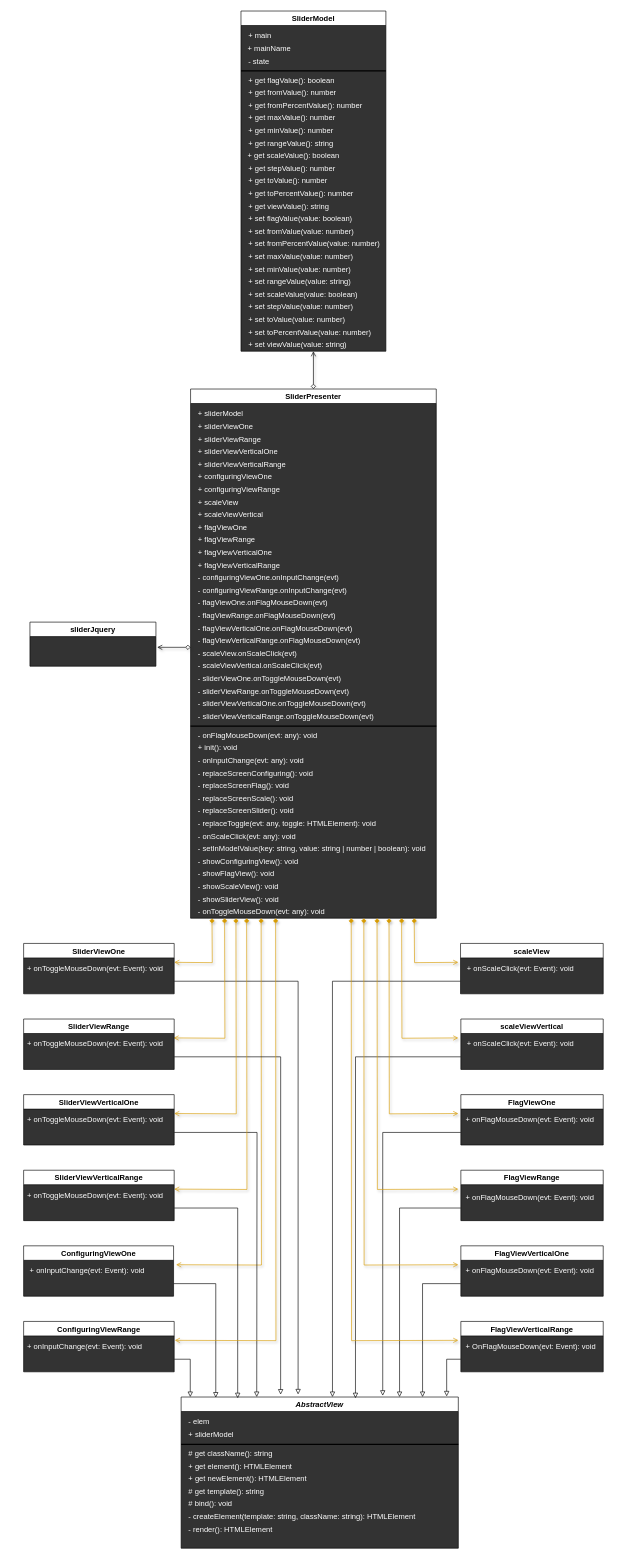
The draw.io diagram UML.drawio in webproject67/Slider, before the edit. Source tidied: cells renumbered, new cells numbered last; positions are measured from the earlier drawing's top-left corner, leaving out a move shared by most shapes. Both pictures are drawn from the tidied source at 63%, with x=0, y=0 at pixel (23, 11).
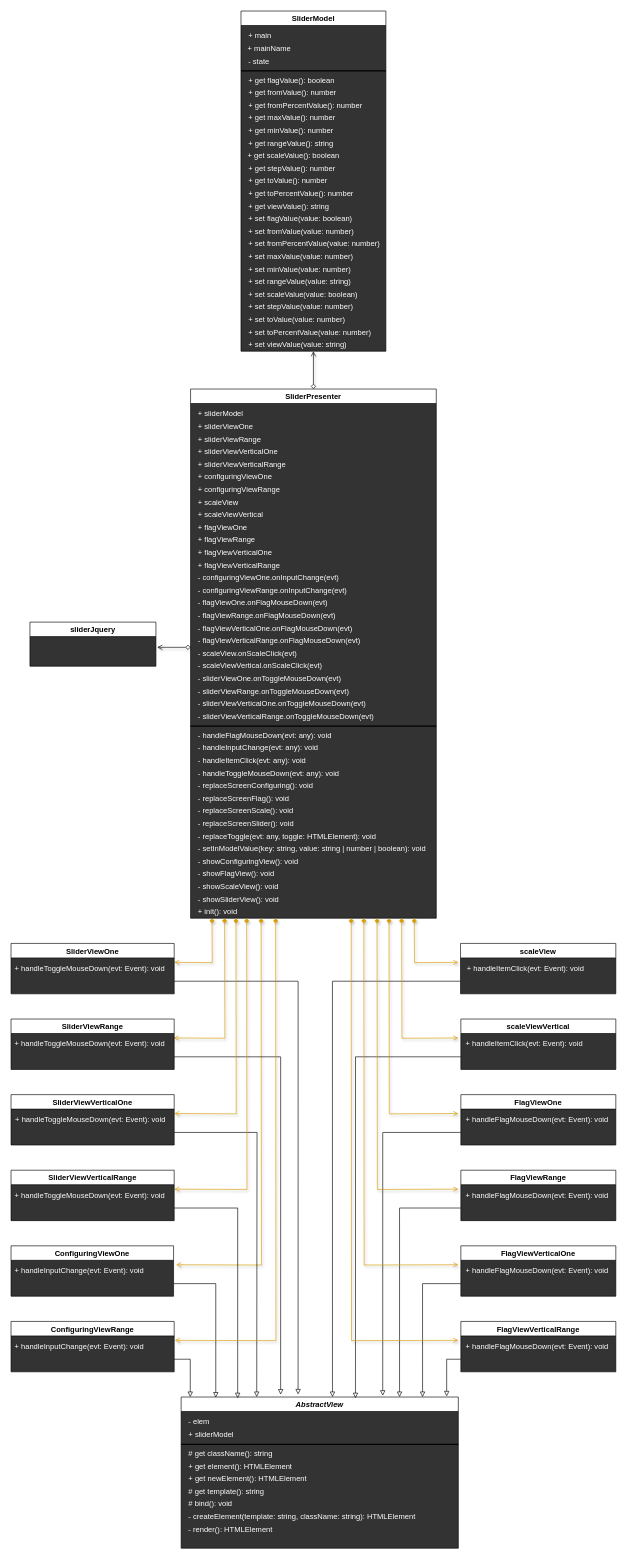
The same page after the edit.

The change refers to these unchanged cells:
```xml
<mxCell id="46" value="SliderPresenter" style="swimlane;swimlaneFillColor=#333333;" parent="1" vertex="1">
  <mxGeometry x="265" y="600" width="390" height="840" as="geometry" />
</mxCell>
```

The edit, as a diff of the source:
```diff
@@
     <mxCell id="43" value="SliderViewOne" style="swimlane;swimlaneFillColor=#333333;" parent="1" vertex="1">
-      <mxGeometry y="1480" width="239" height="80" as="geometry" />
+      <mxGeometry x="-20" y="1480" width="259" height="80" as="geometry" />
     </mxCell>
@@
-    <mxCell id="45" value="&lt;div style=&quot;line-height: 19px&quot;&gt;&lt;font style=&quot;font-size: 12px&quot; color=&quot;#ffffff&quot;&gt;+ onToggleMouseDown(evt: Event): void&lt;/font&gt;&lt;/div&gt;" style="text;html=1;align=left;verticalAlign=middle;" parent="43" vertex="1">
-      <mxGeometry x="4" y="30" width="230" height="20" as="geometry" />
-    </mxCell>
+    <mxCell id="147" value="&lt;div style=&quot;line-height: 19px&quot;&gt;&lt;font style=&quot;font-size: 12px&quot; color=&quot;#ffffff&quot;&gt;+ handleToggleMouseDown(evt: Event): void&lt;/font&gt;&lt;/div&gt;" style="text;html=1;align=left;verticalAlign=middle;" parent="43" vertex="1">
+      <mxGeometry x="4" y="30" width="250" height="20" as="geometry" />
+    </mxCell>
@@
-    <mxCell id="71" value="&lt;div style=&quot;line-height: 19px&quot;&gt;&lt;font style=&quot;font-size: 12px&quot; color=&quot;#ffffff&quot;&gt;- onInputChange(evt: any): void&lt;/font&gt;&lt;/div&gt;" style="text;html=1;align=left;verticalAlign=middle;" parent="46" vertex="1">
-      <mxGeometry x="10" y="580" width="180" height="20" as="geometry" />
-    </mxCell>
@@
     <mxCell id="78" value="&lt;div style=&quot;line-height: 19px&quot;&gt;&lt;font style=&quot;font-size: 12px&quot; color=&quot;#ffffff&quot;&gt;- replaceScreenConfiguring(): void&lt;/font&gt;&lt;/div&gt;" style="text;html=1;align=left;verticalAlign=middle;" parent="46" vertex="1">
-      <mxGeometry x="10" y="600" width="200" height="20" as="geometry" />
+      <mxGeometry x="10" y="620" width="200" height="20" as="geometry" />
     </mxCell>
     <mxCell id="79" value="&lt;div style=&quot;line-height: 19px&quot;&gt;&lt;font style=&quot;font-size: 12px&quot; color=&quot;#ffffff&quot;&gt;- replaceScreenFlag(): void&lt;/font&gt;&lt;/div&gt;" style="text;html=1;align=left;verticalAlign=middle;" parent="46" vertex="1">
-      <mxGeometry x="10" y="620" width="160" height="20" as="geometry" />
+      <mxGeometry x="10" y="640" width="160" height="20" as="geometry" />
     </mxCell>
-    <mxCell id="80" value="&lt;div style=&quot;line-height: 19px&quot;&gt;&lt;font style=&quot;font-size: 12px&quot; color=&quot;#ffffff&quot;&gt;- onFlagMouseDown(evt: any&lt;/font&gt;&lt;span style=&quot;color: rgb(255 , 255 , 255)&quot;&gt;): void&lt;/span&gt;&lt;/div&gt;" style="text;html=1;align=left;verticalAlign=middle;" parent="46" vertex="1">
-      <mxGeometry x="10" y="540" width="200" height="20" as="geometry" />
-    </mxCell>
     <mxCell id="81" value="&lt;div style=&quot;line-height: 19px&quot;&gt;&lt;font style=&quot;font-size: 12px&quot; color=&quot;#ffffff&quot;&gt;+ init(): void&lt;/font&gt;&lt;/div&gt;" style="text;html=1;align=left;verticalAlign=middle;" parent="46" vertex="1">
-      <mxGeometry x="10" y="560" width="80" height="20" as="geometry" />
+      <mxGeometry x="10" y="820" width="80" height="20" as="geometry" />
     </mxCell>
     <mxCell id="82" value="&lt;div style=&quot;line-height: 19px&quot;&gt;&lt;font style=&quot;font-size: 12px&quot; color=&quot;#ffffff&quot;&gt;- replaceScreenScale(): void&lt;/font&gt;&lt;/div&gt;" style="text;html=1;align=left;verticalAlign=middle;" parent="46" vertex="1">
-      <mxGeometry x="10" y="640" width="170" height="20" as="geometry" />
+      <mxGeometry x="10" y="660" width="170" height="20" as="geometry" />
     </mxCell>
     <mxCell id="83" value="&lt;div style=&quot;line-height: 19px&quot;&gt;&lt;font style=&quot;font-size: 12px&quot; color=&quot;#ffffff&quot;&gt;- replaceScreenSlider(): void&lt;/font&gt;&lt;/div&gt;" style="text;html=1;align=left;verticalAlign=middle;" parent="46" vertex="1">
-      <mxGeometry x="10" y="660" width="170" height="20" as="geometry" />
+      <mxGeometry x="10" y="680" width="170" height="20" as="geometry" />
     </mxCell>
     <mxCell id="84" value="&lt;div style=&quot;line-height: 19px&quot;&gt;&lt;font style=&quot;font-size: 12px&quot; color=&quot;#ffffff&quot;&gt;- replaceToggle(evt: any, toggle: HTMLElement): void&lt;/font&gt;&lt;/div&gt;" style="text;html=1;align=left;verticalAlign=middle;" parent="46" vertex="1">
-      <mxGeometry x="10" y="680" width="300" height="20" as="geometry" />
+      <mxGeometry x="10" y="700" width="300" height="20" as="geometry" />
     </mxCell>
-    <mxCell id="85" value="&lt;div style=&quot;line-height: 19px&quot;&gt;&lt;font style=&quot;font-size: 12px&quot; color=&quot;#ffffff&quot;&gt;- onScaleClick(evt: any): void&lt;/font&gt;&lt;/div&gt;" style="text;html=1;align=left;verticalAlign=middle;" parent="46" vertex="1">
-      <mxGeometry x="10" y="700" width="170" height="20" as="geometry" />
-    </mxCell>
-    <mxCell id="86" value="&lt;div style=&quot;line-height: 19px&quot;&gt;&lt;font style=&quot;font-size: 12px&quot; color=&quot;#ffffff&quot;&gt;- onToggleMouseDown(evt: any&lt;/font&gt;&lt;span style=&quot;color: rgb(255 , 255 , 255)&quot;&gt;): void&lt;/span&gt;&lt;/div&gt;" style="text;html=1;align=left;verticalAlign=middle;" parent="46" vertex="1">
-      <mxGeometry x="10" y="820" width="220" height="20" as="geometry" />
-    </mxCell>
@@
+    <mxCell id="148" value="&lt;div style=&quot;line-height: 19px&quot;&gt;&lt;font style=&quot;font-size: 12px&quot; color=&quot;#ffffff&quot;&gt;- handleFlagMouseDown(evt: any): void&lt;/font&gt;&lt;/div&gt;" style="text;html=1;align=left;verticalAlign=middle;" parent="46" vertex="1">
+      <mxGeometry x="10" y="540" width="230" height="20" as="geometry" />
+    </mxCell>
+    <mxCell id="149" value="&lt;div style=&quot;line-height: 19px&quot;&gt;&lt;font style=&quot;font-size: 12px&quot; color=&quot;#ffffff&quot;&gt;- handleItemClick(evt: any): void&lt;/font&gt;&lt;/div&gt;" style="text;html=1;align=left;verticalAlign=middle;" parent="46" vertex="1">
+      <mxGeometry x="10" y="580" width="190" height="20" as="geometry" />
+    </mxCell>
+    <mxCell id="150" value="&lt;div style=&quot;line-height: 19px&quot;&gt;&lt;font style=&quot;font-size: 12px&quot; color=&quot;#ffffff&quot;&gt;- handleInputChange(evt: any): void&lt;/font&gt;&lt;/div&gt;" style="text;html=1;align=left;verticalAlign=middle;" parent="46" vertex="1">
+      <mxGeometry x="10" y="560" width="210" height="20" as="geometry" />
+    </mxCell>
+    <mxCell id="151" value="&lt;div style=&quot;line-height: 19px&quot;&gt;&lt;font style=&quot;font-size: 12px&quot; color=&quot;#ffffff&quot;&gt;- handleToggleMouseDown(evt: any): void&lt;/font&gt;&lt;/div&gt;" style="text;html=1;align=left;verticalAlign=middle;" parent="46" vertex="1">
+      <mxGeometry x="10" y="600" width="240" height="20" as="geometry" />
+    </mxCell>
@@
     <mxCell id="90" value="ConfiguringViewOne" style="swimlane;swimlaneFillColor=#333333;" parent="1" vertex="1">
-      <mxGeometry y="1960" width="238" height="80" as="geometry" />
+      <mxGeometry x="-20" y="1960" width="258" height="80" as="geometry" />
     </mxCell>
@@
-    <mxCell id="92" value="&lt;div style=&quot;line-height: 19px&quot;&gt;&lt;font style=&quot;font-size: 12px&quot; color=&quot;#ffffff&quot;&gt;+ onInputChange(evt: Event): void&lt;/font&gt;&lt;/div&gt;" style="text;html=1;align=left;verticalAlign=middle;" parent="90" vertex="1">
-      <mxGeometry x="8" y="30" width="200" height="20" as="geometry" />
-    </mxCell>
+    <mxCell id="152" value="&lt;div style=&quot;line-height: 19px&quot;&gt;&lt;font style=&quot;font-size: 12px&quot; color=&quot;#ffffff&quot;&gt;+ handleInputChange(evt: Event): void&lt;/font&gt;&lt;/div&gt;" style="text;html=1;align=left;verticalAlign=middle;" parent="90" vertex="1">
+      <mxGeometry x="4" y="30" width="220" height="20" as="geometry" />
+    </mxCell>
@@
     <mxCell id="95" value="scaleView" style="swimlane;swimlaneFillColor=#333333;" parent="1" vertex="1">
-      <mxGeometry x="693.5" y="1480" width="226.5" height="80" as="geometry" />
+      <mxGeometry x="693.5" y="1480" width="246.5" height="80" as="geometry" />
     </mxCell>
@@
-    <mxCell id="98" value="&lt;div style=&quot;line-height: 19px&quot;&gt;&lt;font style=&quot;font-size: 12px&quot; color=&quot;#ffffff&quot;&gt;+ onScaleClick(evt: Event): void&lt;/font&gt;&lt;/div&gt;" style="text;html=1;align=left;verticalAlign=middle;" parent="95" vertex="1">
-      <mxGeometry x="8" y="30" width="190" height="20" as="geometry" />
+    <mxCell id="98" value="&lt;div style=&quot;line-height: 19px&quot;&gt;&lt;font style=&quot;font-size: 12px&quot; color=&quot;#ffffff&quot;&gt;+ handleItemClick(evt: Event): void&lt;/font&gt;&lt;/div&gt;" style="text;html=1;align=left;verticalAlign=middle;" parent="95" vertex="1">
+      <mxGeometry x="8" y="30" width="200" height="20" as="geometry" />
     </mxCell>
@@
     <mxCell id="101" value="scaleViewVertical" style="swimlane;swimlaneFillColor=#333333;" parent="1" vertex="1">
-      <mxGeometry x="694" y="1600" width="226" height="80" as="geometry" />
+      <mxGeometry x="694" y="1600" width="246" height="80" as="geometry" />
     </mxCell>
@@
-    <mxCell id="103" value="&lt;div style=&quot;line-height: 19px&quot;&gt;&lt;font style=&quot;font-size: 12px&quot; color=&quot;#ffffff&quot;&gt;+ onScaleClick(evt: Event): void&lt;/font&gt;&lt;/div&gt;" style="text;html=1;align=left;verticalAlign=middle;" parent="101" vertex="1">
-      <mxGeometry x="8" y="30" width="190" height="20" as="geometry" />
-    </mxCell>
+    <mxCell id="153" value="&lt;div style=&quot;line-height: 19px&quot;&gt;&lt;font style=&quot;font-size: 12px&quot; color=&quot;#ffffff&quot;&gt;+ handleItemClick(evt: Event): void&lt;/font&gt;&lt;/div&gt;" style="text;html=1;align=left;verticalAlign=middle;" parent="101" vertex="1">
+      <mxGeometry x="6" y="30" width="200" height="20" as="geometry" />
+    </mxCell>
@@
     <mxCell id="106" value="FlagViewOne" style="swimlane;swimlaneFillColor=#333333;" parent="1" vertex="1">
-      <mxGeometry x="694" y="1720" width="226" height="80" as="geometry" />
+      <mxGeometry x="694" y="1720" width="246" height="80" as="geometry" />
     </mxCell>
@@
-    <mxCell id="108" value="&lt;div style=&quot;line-height: 19px&quot;&gt;&lt;font style=&quot;font-size: 12px&quot; color=&quot;#ffffff&quot;&gt;+ onFlagMouseDown(evt: Event): void&lt;/font&gt;&lt;/div&gt;" style="text;html=1;align=left;verticalAlign=middle;" parent="106" vertex="1">
-      <mxGeometry x="6" y="30" width="220" height="20" as="geometry" />
-    </mxCell>
+    <mxCell id="154" value="&lt;div style=&quot;line-height: 19px&quot;&gt;&lt;font style=&quot;font-size: 12px&quot; color=&quot;#ffffff&quot;&gt;+ handleFlagMouseDown(evt: Event): void&lt;/font&gt;&lt;/div&gt;" style="text;html=1;align=left;verticalAlign=middle;" parent="106" vertex="1">
+      <mxGeometry x="6" y="30" width="240" height="20" as="geometry" />
+    </mxCell>
@@
     <mxCell id="111" value="FlagViewRange" style="swimlane;swimlaneFillColor=#333333;" parent="1" vertex="1">
-      <mxGeometry x="694" y="1840" width="226" height="80" as="geometry" />
+      <mxGeometry x="694" y="1840" width="246" height="80" as="geometry" />
     </mxCell>
@@
-    <mxCell id="113" value="&lt;div style=&quot;line-height: 19px&quot;&gt;&lt;font style=&quot;font-size: 12px&quot; color=&quot;#ffffff&quot;&gt;+ onFlagMouseDown(evt: Event): void&lt;/font&gt;&lt;/div&gt;" style="text;html=1;align=left;verticalAlign=middle;" parent="111" vertex="1">
-      <mxGeometry x="6" y="34" width="220" height="20" as="geometry" />
-    </mxCell>
+    <mxCell id="155" value="&lt;div style=&quot;line-height: 19px&quot;&gt;&lt;font style=&quot;font-size: 12px&quot; color=&quot;#ffffff&quot;&gt;+ handleFlagMouseDown(evt: Event): void&lt;/font&gt;&lt;/div&gt;" style="text;html=1;align=left;verticalAlign=middle;" parent="111" vertex="1">
+      <mxGeometry x="6" y="30" width="240" height="20" as="geometry" />
+    </mxCell>
@@
     <mxCell id="116" value="FlagViewVerticalOne" style="swimlane;swimlaneFillColor=#333333;" parent="1" vertex="1">
-      <mxGeometry x="694" y="1960" width="226" height="80" as="geometry" />
+      <mxGeometry x="694" y="1960" width="246" height="80" as="geometry" />
     </mxCell>
@@
-    <mxCell id="118" value="&lt;div style=&quot;line-height: 19px&quot;&gt;&lt;font style=&quot;font-size: 12px&quot; color=&quot;#ffffff&quot;&gt;+ onFlagMouseDown(evt: Event): void&lt;/font&gt;&lt;/div&gt;" style="text;html=1;align=left;verticalAlign=middle;" parent="116" vertex="1">
-      <mxGeometry x="6" y="30" width="220" height="20" as="geometry" />
-    </mxCell>
+    <mxCell id="156" value="&lt;div style=&quot;line-height: 19px&quot;&gt;&lt;font style=&quot;font-size: 12px&quot; color=&quot;#ffffff&quot;&gt;+ handleFlagMouseDown(evt: Event): void&lt;/font&gt;&lt;/div&gt;" style="text;html=1;align=left;verticalAlign=middle;" parent="116" vertex="1">
+      <mxGeometry x="6" y="30" width="240" height="20" as="geometry" />
+    </mxCell>
@@
     <mxCell id="121" value="FlagViewVerticalRange" style="swimlane;swimlaneFillColor=#333333;" parent="1" vertex="1">
-      <mxGeometry x="694" y="2080" width="226" height="80" as="geometry" />
+      <mxGeometry x="694" y="2080" width="246" height="80" as="geometry" />
     </mxCell>
@@
-    <mxCell id="123" value="&lt;div style=&quot;line-height: 19px&quot;&gt;&lt;font style=&quot;font-size: 12px&quot; color=&quot;#ffffff&quot;&gt;+ OnFlagMouseDown(evt: Event): void&lt;/font&gt;&lt;/div&gt;" style="text;html=1;align=left;verticalAlign=middle;" parent="121" vertex="1">
-      <mxGeometry x="6" y="30" width="220" height="20" as="geometry" />
+    <mxCell id="123" value="&lt;div style=&quot;line-height: 19px&quot;&gt;&lt;font style=&quot;font-size: 12px&quot; color=&quot;#ffffff&quot;&gt;+ handleFlagMouseDown(evt: Event): void&lt;/font&gt;&lt;/div&gt;" style="text;html=1;align=left;verticalAlign=middle;" parent="121" vertex="1">
+      <mxGeometry x="6" y="30" width="240" height="20" as="geometry" />
     </mxCell>
@@
     <mxCell id="126" value="SliderViewRange" style="swimlane;swimlaneFillColor=#333333;" parent="1" vertex="1">
-      <mxGeometry y="1600" width="239" height="80" as="geometry" />
+      <mxGeometry x="-20" y="1600" width="259" height="80" as="geometry" />
     </mxCell>
@@
-    <mxCell id="128" value="&lt;div style=&quot;line-height: 19px&quot;&gt;&lt;font style=&quot;font-size: 12px&quot; color=&quot;#ffffff&quot;&gt;+ onToggleMouseDown(evt: Event): void&lt;/font&gt;&lt;/div&gt;" style="text;html=1;align=left;verticalAlign=middle;" parent="126" vertex="1">
-      <mxGeometry x="4" y="30" width="230" height="20" as="geometry" />
-    </mxCell>
+    <mxCell id="157" value="&lt;div style=&quot;line-height: 19px&quot;&gt;&lt;font style=&quot;font-size: 12px&quot; color=&quot;#ffffff&quot;&gt;+ handleToggleMouseDown(evt: Event): void&lt;/font&gt;&lt;/div&gt;" style="text;html=1;align=left;verticalAlign=middle;" parent="126" vertex="1">
+      <mxGeometry x="4" y="30" width="250" height="20" as="geometry" />
+    </mxCell>
@@
     <mxCell id="131" value="SliderViewVerticalOne" style="swimlane;swimlaneFillColor=#333333;" parent="1" vertex="1">
-      <mxGeometry y="1720" width="239" height="80" as="geometry" />
+      <mxGeometry x="-20" y="1720" width="259" height="80" as="geometry" />
     </mxCell>
@@
-    <mxCell id="134" value="&lt;div style=&quot;line-height: 19px&quot;&gt;&lt;font style=&quot;font-size: 12px&quot; color=&quot;#ffffff&quot;&gt;+ onToggleMouseDown(evt: Event): void&lt;/font&gt;&lt;/div&gt;" style="text;html=1;align=left;verticalAlign=middle;" parent="131" vertex="1">
-      <mxGeometry x="4" y="30" width="230" height="20" as="geometry" />
-    </mxCell>
+    <mxCell id="158" value="&lt;div style=&quot;line-height: 19px&quot;&gt;&lt;font style=&quot;font-size: 12px&quot; color=&quot;#ffffff&quot;&gt;+ handleToggleMouseDown(evt: Event): void&lt;/font&gt;&lt;/div&gt;" style="text;html=1;align=left;verticalAlign=middle;" parent="131" vertex="1">
+      <mxGeometry x="4.5" y="30" width="250" height="20" as="geometry" />
+    </mxCell>
@@
     <mxCell id="137" value="SliderViewVerticalRange" style="swimlane;swimlaneFillColor=#333333;" parent="1" vertex="1">
-      <mxGeometry y="1840" width="239" height="80" as="geometry" />
+      <mxGeometry x="-20" y="1840" width="259" height="80" as="geometry" />
     </mxCell>
@@
-    <mxCell id="139" value="&lt;div style=&quot;line-height: 19px&quot;&gt;&lt;font style=&quot;font-size: 12px&quot; color=&quot;#ffffff&quot;&gt;+ onToggleMouseDown(evt: Event): void&lt;/font&gt;&lt;/div&gt;" style="text;html=1;align=left;verticalAlign=middle;" parent="137" vertex="1">
-      <mxGeometry x="4" y="30" width="230" height="20" as="geometry" />
+    <mxCell id="139" value="&lt;div style=&quot;line-height: 19px&quot;&gt;&lt;font style=&quot;font-size: 12px&quot; color=&quot;#ffffff&quot;&gt;+ handleToggleMouseDown(evt: Event): void&lt;/font&gt;&lt;/div&gt;" style="text;html=1;align=left;verticalAlign=middle;" parent="137" vertex="1">
+      <mxGeometry x="4" y="30" width="250" height="20" as="geometry" />
     </mxCell>
@@
     <mxCell id="142" value="ConfiguringViewRange" style="swimlane;swimlaneFillColor=#333333;" parent="1" vertex="1">
-      <mxGeometry y="2080" width="239" height="80" as="geometry" />
+      <mxGeometry x="-20" y="2080" width="259" height="80" as="geometry" />
     </mxCell>
@@
-    <mxCell id="144" value="&lt;div style=&quot;line-height: 19px&quot;&gt;&lt;font style=&quot;font-size: 12px&quot; color=&quot;#ffffff&quot;&gt;+ onInputChange(evt: Event): void&lt;/font&gt;&lt;/div&gt;" style="text;html=1;align=left;verticalAlign=middle;" parent="142" vertex="1">
-      <mxGeometry x="4" y="30" width="200" height="20" as="geometry" />
+    <mxCell id="144" value="&lt;div style=&quot;line-height: 19px&quot;&gt;&lt;font style=&quot;font-size: 12px&quot; color=&quot;#ffffff&quot;&gt;+ handleInputChange(evt: Event): void&lt;/font&gt;&lt;/div&gt;" style="text;html=1;align=left;verticalAlign=middle;" parent="142" vertex="1">
+      <mxGeometry x="4" y="30" width="220" height="20" as="geometry" />
     </mxCell>
```
